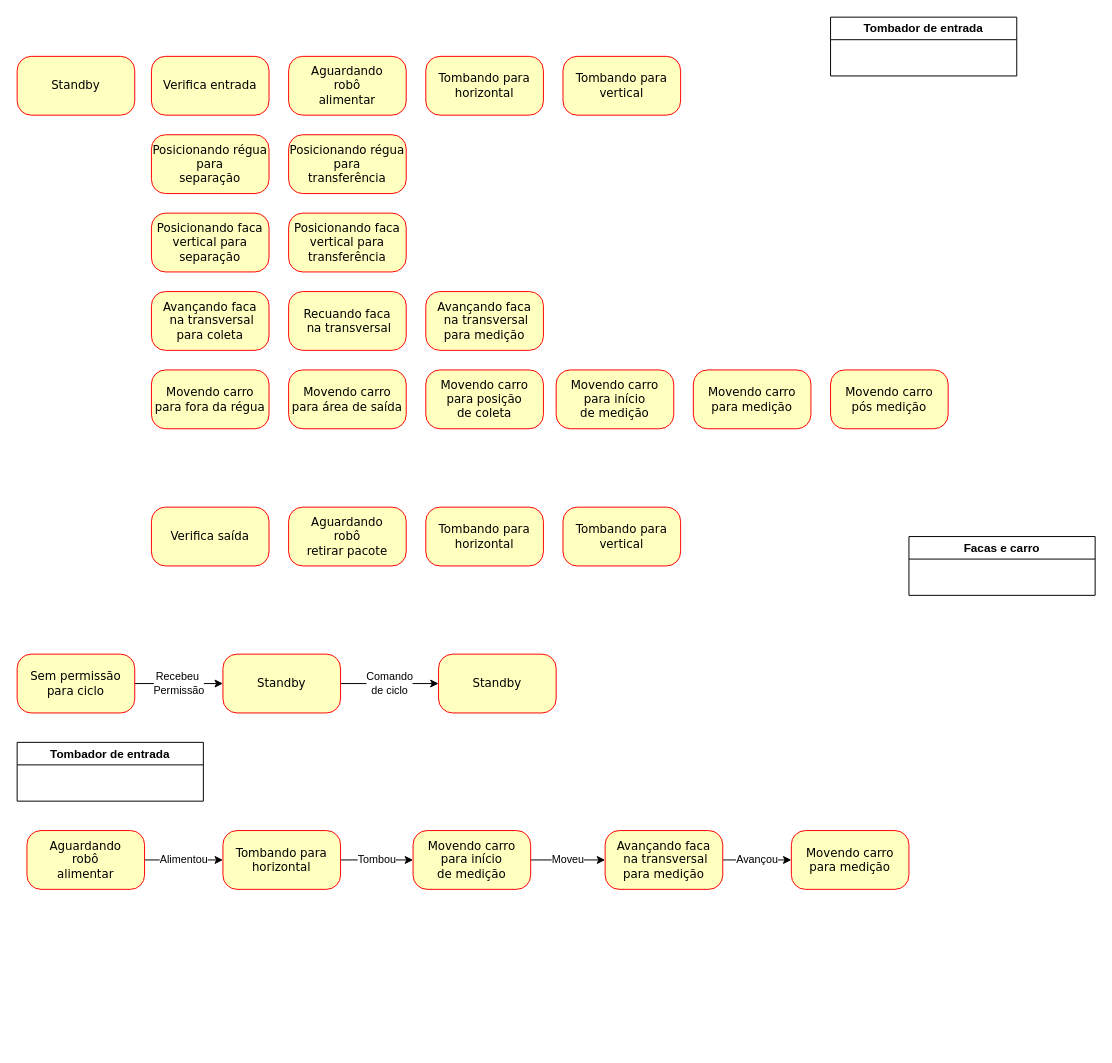
Earlier version of the draw.io diagram page "Auto separacao" (4 of 5) of G33_SepararPacotes_M05766.drawio (JonanMuller/WEGDiagrams). Source tidied: cells renumbered, new cells numbered last; positions are measured from the earlier drawing's top-left corner, leaving out a move shared by most shapes. Both pictures are drawn from the tidied source at 98%, with x=0, y=0 at pixel (17, 17).
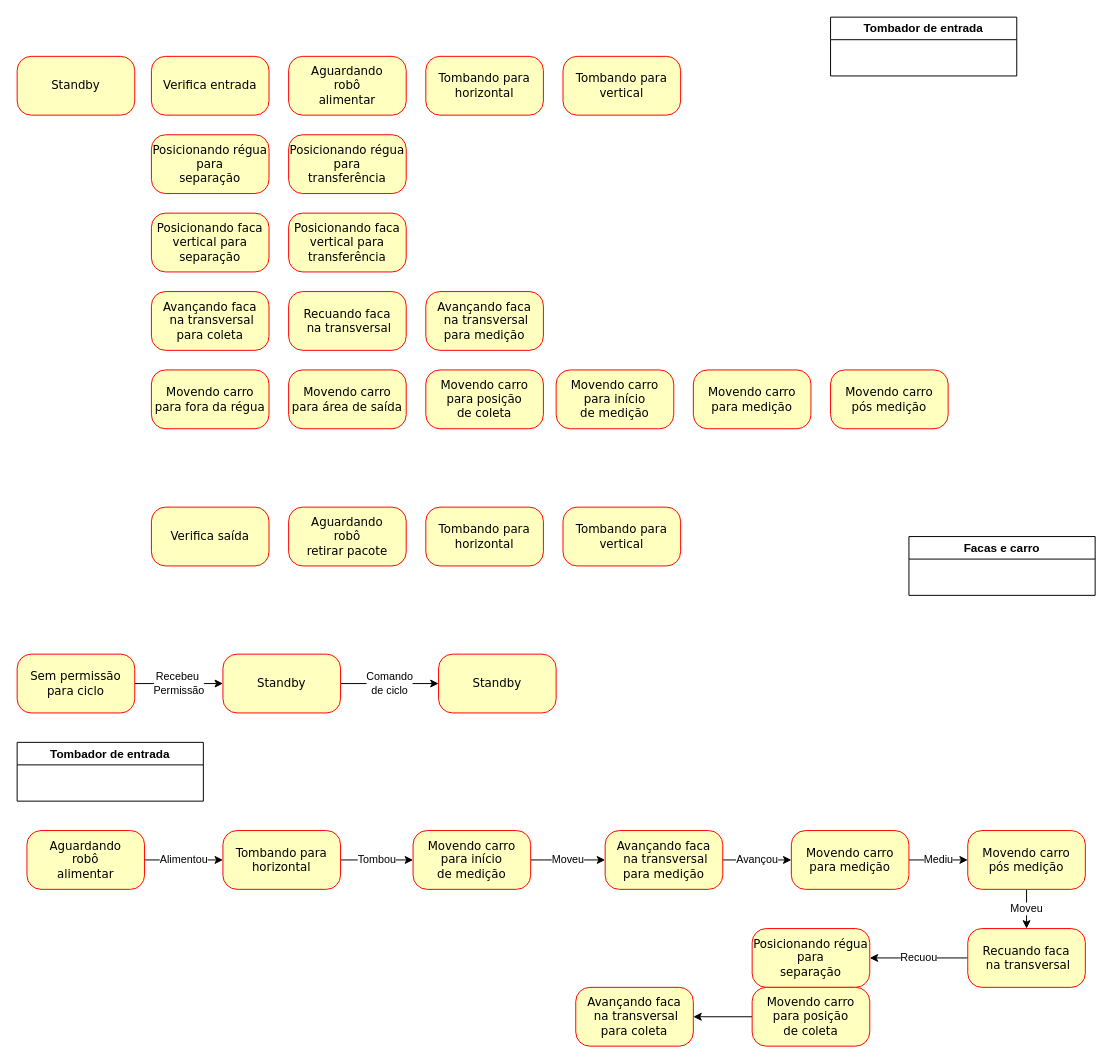
Above is the later version.

The change refers to these unchanged cells:
```xml
<mxCell id="40" value="Movendo carro para medição" style="rounded=1;whiteSpace=wrap;html=1;arcSize=24;fillColor=#ffffc0;strokeColor=#ff0000;shadow=0;comic=0;labelBackgroundColor=none;fontFamily=Verdana;fontSize=12;fontColor=#000000;align=center;" parent="1" vertex="1">
  <mxGeometry x="790" y="830" width="120" height="60" as="geometry" />
</mxCell>
```

Diff of the diagram source:
```diff
@@
+    <mxCell id="41" value="Mediu" style="edgeStyle=orthogonalEdgeStyle;rounded=0;jettySize=auto;html=1;" parent="1" edge="1" source="40" target="43">
+      <mxGeometry relative="1" as="geometry" />
+    </mxCell>
@@
+    <mxCell id="42" value="Moveu" style="edgeStyle=orthogonalEdgeStyle;rounded=0;jettySize=auto;html=1;" parent="1" edge="1" source="43" target="45">
+      <mxGeometry relative="1" as="geometry" />
+    </mxCell>
+    <mxCell id="43" value="Movendo carro&lt;br&gt;pós medição" style="rounded=1;whiteSpace=wrap;html=1;arcSize=24;fillColor=#ffffc0;strokeColor=#ff0000;shadow=0;comic=0;labelBackgroundColor=none;fontFamily=Verdana;fontSize=12;fontColor=#000000;align=center;" parent="1" vertex="1">
+      <mxGeometry x="970" y="830" width="120" height="60" as="geometry" />
+    </mxCell>
+    <mxCell id="44" value="Recuou" style="edgeStyle=orthogonalEdgeStyle;rounded=0;jettySize=auto;html=1;entryX=1;entryY=0.5;entryDx=0;entryDy=0;" parent="1" edge="1" source="45" target="46">
+      <mxGeometry relative="1" as="geometry" />
+    </mxCell>
+    <mxCell id="45" value="Recuando faca&lt;br style=&quot;border-color: var(--border-color);&quot;&gt;&amp;nbsp;na transversal" style="rounded=1;whiteSpace=wrap;html=1;arcSize=24;fillColor=#ffffc0;strokeColor=#ff0000;shadow=0;comic=0;labelBackgroundColor=none;fontFamily=Verdana;fontSize=12;fontColor=#000000;align=center;" parent="1" vertex="1">
+      <mxGeometry x="970" y="930" width="120" height="60" as="geometry" />
+    </mxCell>
+    <mxCell id="46" value="Posicionando régua&lt;br&gt;para&lt;br&gt;separação" style="rounded=1;whiteSpace=wrap;html=1;arcSize=24;fillColor=#ffffc0;strokeColor=#ff0000;shadow=0;comic=0;labelBackgroundColor=none;fontFamily=Verdana;fontSize=12;fontColor=#000000;align=center;" parent="1" vertex="1">
+      <mxGeometry x="750" y="930" width="120" height="60" as="geometry" />
+    </mxCell>
+    <mxCell id="47" style="edgeStyle=orthogonalEdgeStyle;rounded=0;jettySize=auto;html=1;" parent="1" edge="1" source="48" target="49">
+      <mxGeometry relative="1" as="geometry" />
+    </mxCell>
+    <mxCell id="48" value="Movendo carro para posição&lt;br&gt;de coleta" style="rounded=1;whiteSpace=wrap;html=1;arcSize=24;fillColor=#ffffc0;strokeColor=#ff0000;shadow=0;comic=0;labelBackgroundColor=none;fontFamily=Verdana;fontSize=12;fontColor=#000000;align=center;" parent="1" vertex="1">
+      <mxGeometry x="750" y="990" width="120" height="60" as="geometry" />
+    </mxCell>
+    <mxCell id="49" value="Avançando faca&lt;br&gt;&amp;nbsp;na transversal&lt;br&gt;para coleta" style="rounded=1;whiteSpace=wrap;html=1;arcSize=24;fillColor=#ffffc0;strokeColor=#ff0000;shadow=0;comic=0;labelBackgroundColor=none;fontFamily=Verdana;fontSize=12;fontColor=#000000;align=center;" parent="1" vertex="1">
+      <mxGeometry x="570" y="990" width="120" height="60" as="geometry" />
+    </mxCell>
```
